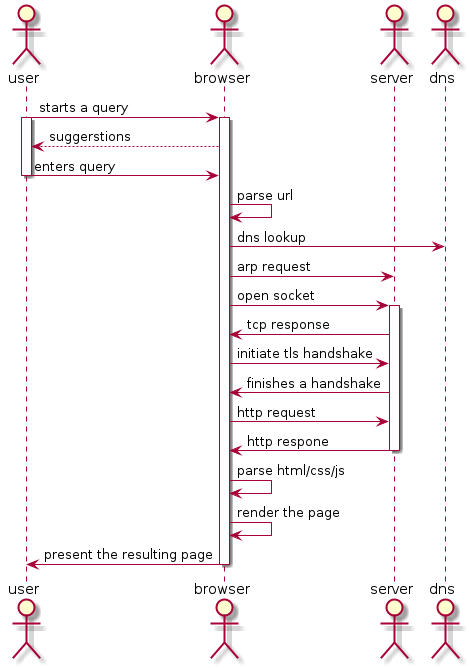
Earlier version of the PlantUML export sequence.png (mai-re-course/process-to-diagram-neozumm).
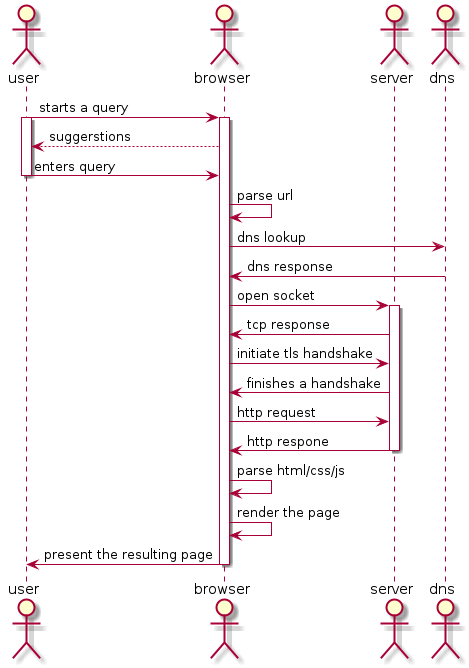
The same file after the commit.

Commit message:
regenerate diagrams

Diff of the diagram source:
```diff
@@ -11,7 +11,7 @@
     deactivate user
     browser -> browser : parse url
     browser -> dns : dns lookup
-    browser -> server : arp request
+    dns -> browser : dns response
     browser -> server : open socket
     activate server
         server -> browser : tcp response
```
